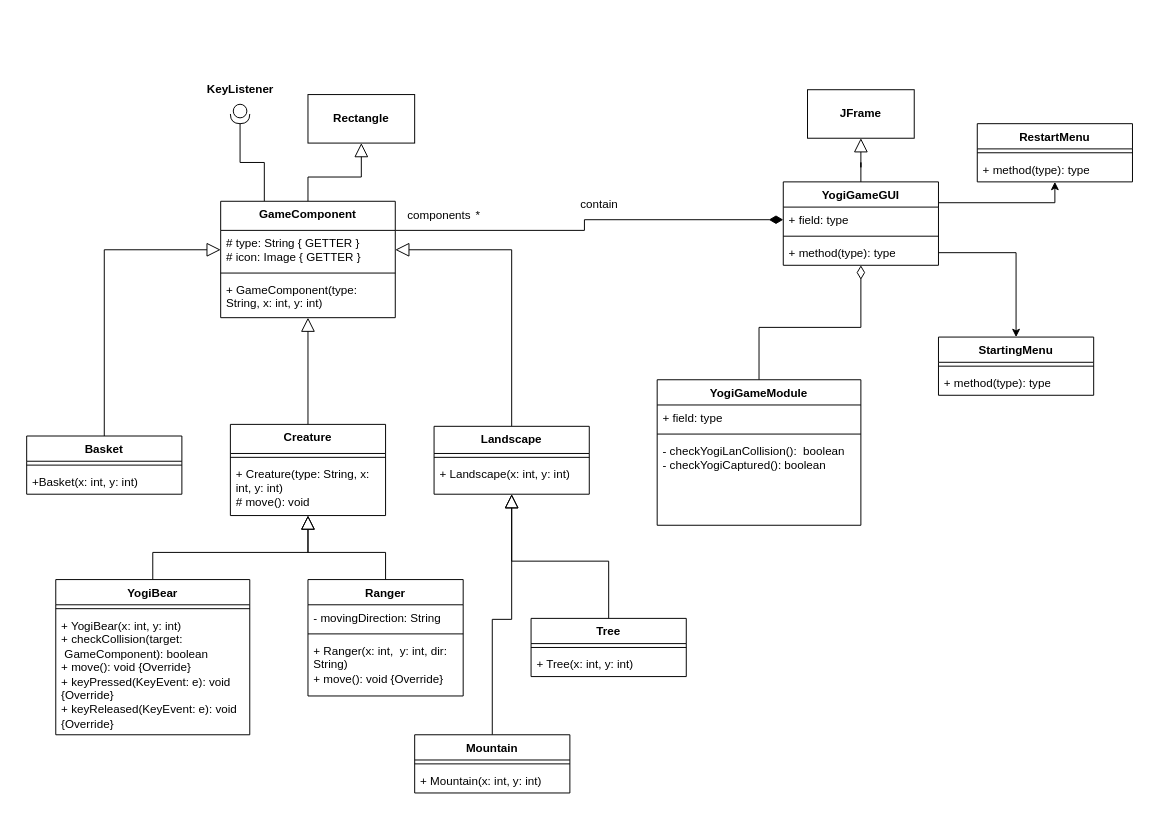
The draw.io diagram thirdAssignment.drawio in summertx/uml, before the edit. Source tidied: cells renumbered, new cells numbered last; positions are measured from the earlier drawing's top-left corner, leaving out a move shared by most shapes. Both pictures are drawn from the tidied source at 97%, with x=0, y=0 at pixel (26, 75).
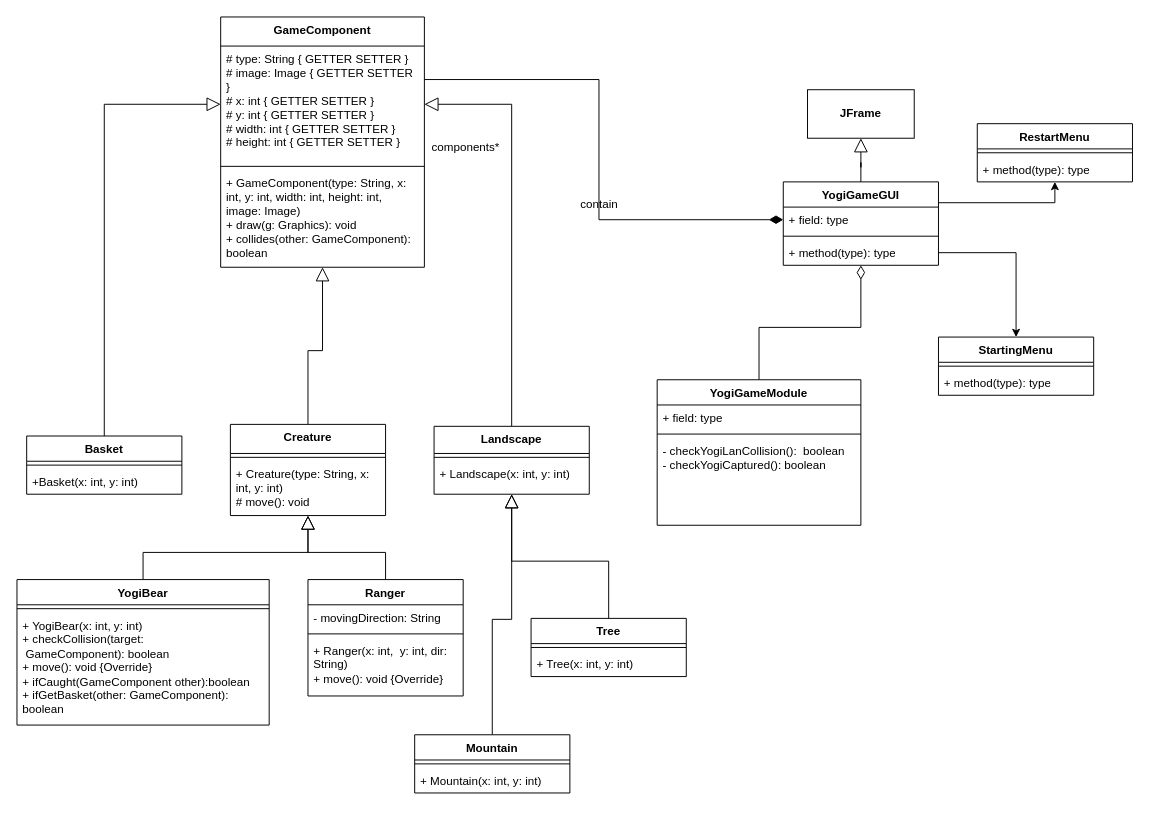
Above is the later version.

Diff of the diagram source:
```diff
@@
     <mxCell id="7" value="YogiBear" style="swimlane;fontStyle=1;align=center;verticalAlign=top;horizontal=1;startSize=26;whiteSpace=wrap;html=1;" parent="1" vertex="1">
-      <mxGeometry x="30" y="520" width="200" height="160" as="geometry" />
+      <mxGeometry x="-10" y="520" width="260" height="150" as="geometry" />
     </mxCell>
     <mxCell id="8" style="line;strokeWidth=1;fillColor=none;align=left;verticalAlign=middle;spacingTop=-1;spacingLeft=3;spacingRight=3;labelPosition=right;strokeColor=inherit;" parent="7" vertex="1">
-      <mxGeometry y="26" width="200" height="8" as="geometry" />
+      <mxGeometry y="26" width="260" height="8" as="geometry" />
     </mxCell>
-    <mxCell id="9" value="&lt;div&gt;+ YogiBear(x: int, y: int)&lt;/div&gt;+ checkCollision(target:&amp;nbsp; &amp;nbsp; &amp;nbsp; &amp;nbsp;GameComponent): boolean&lt;div&gt;+ move(): void {Override}&lt;/div&gt;&lt;div&gt;+ keyPressed(KeyEvent: e): void {Override}&lt;/div&gt;&lt;div&gt;+ keyReleased(KeyEvent: e): void {Override}&lt;/div&gt;" style="text;strokeColor=none;fillColor=none;align=left;verticalAlign=top;spacingLeft=4;spacingRight=4;overflow=hidden;whiteSpace=wrap;html=1;" parent="7" vertex="1">
-      <mxGeometry y="34" width="200" height="126" as="geometry" />
+    <mxCell id="9" value="&lt;div&gt;+ YogiBear(x: int, y: int)&lt;/div&gt;+ checkCollision(target:&amp;nbsp; &amp;nbsp; &amp;nbsp; &amp;nbsp;GameComponent): boolean&lt;div&gt;+ move(): void {Override}&lt;/div&gt;&lt;div&gt;+ ifCaught(GameComponent other):boolean&lt;/div&gt;&lt;div&gt;+ ifGetBasket(other: GameComponent): boolean&lt;/div&gt;&lt;div&gt;&lt;br&gt;&lt;/div&gt;" style="text;strokeColor=none;fillColor=none;align=left;verticalAlign=top;spacingLeft=4;spacingRight=4;overflow=hidden;whiteSpace=wrap;html=1;" parent="7" vertex="1">
+      <mxGeometry y="34" width="260" height="116" as="geometry" />
     </mxCell>
@@
-    <mxCell id="18" style="edgeStyle=orthogonalEdgeStyle;rounded=0;jettySize=auto;html=1;exitX=0.5;exitY=0;exitDx=0;exitDy=0;entryX=0.5;entryY=1;entryDx=0;entryDy=0;endArrow=block;endFill=0;endSize=12;" parent="1" edge="1" source="21" target="38">
-      <mxGeometry relative="1" as="geometry" />
-    </mxCell>
@@
-    <mxCell id="20" style="edgeStyle=orthogonalEdgeStyle;rounded=0;jettySize=auto;html=1;exitX=0.25;exitY=0;exitDx=0;exitDy=0;endArrow=none;endFill=0;" parent="1" edge="1" source="21" target="56">
-      <mxGeometry relative="1" as="geometry" />
-    </mxCell>
     <mxCell id="21" value="&lt;div&gt;&lt;span style=&quot;background-color: initial;&quot;&gt;GameComponent&lt;/span&gt;&lt;/div&gt;" style="swimlane;fontStyle=1;align=center;verticalAlign=top;horizontal=1;startSize=30;whiteSpace=wrap;html=1;" parent="1" vertex="1">
-      <mxGeometry x="200" y="130" width="180" height="120" as="geometry" />
+      <mxGeometry x="200" y="-60" width="210" height="258" as="geometry" />
     </mxCell>
-    <mxCell id="22" value="&lt;div&gt;# type: String { GETTER }&lt;/div&gt;&lt;div&gt;# icon: Image { GETTER }&amp;nbsp;&lt;/div&gt;" style="text;strokeColor=none;fillColor=none;align=left;verticalAlign=top;spacingLeft=4;spacingRight=4;overflow=hidden;points=[[0,0.5],[1,0.5]];portConstraint=eastwest;whiteSpace=wrap;html=1;" parent="21" vertex="1">
-      <mxGeometry y="30" width="180" height="40" as="geometry" />
+    <mxCell id="22" value="&lt;div&gt;&lt;span style=&quot;background-color: initial;&quot;&gt;# type: String { GETTER SETTER }&lt;/span&gt;&lt;/div&gt;&lt;div&gt;# image: Image { GETTER SETTER }&lt;/div&gt;&lt;div&gt;# x: int&amp;nbsp;&lt;span style=&quot;background-color: initial;&quot;&gt;{ GETTER SETTER }&lt;/span&gt;&lt;/div&gt;&lt;div&gt;# y: int&amp;nbsp;&lt;span style=&quot;background-color: initial;&quot;&gt;{ GETTER SETTER }&lt;/span&gt;&lt;/div&gt;&lt;div&gt;# width: int&amp;nbsp;&lt;span style=&quot;background-color: initial;&quot;&gt;{ GETTER SETTER }&lt;/span&gt;&lt;/div&gt;&lt;div&gt;# height: int&amp;nbsp;&lt;span style=&quot;background-color: initial;&quot;&gt;{ GETTER SETTER }&lt;/span&gt;&lt;/div&gt;" style="text;strokeColor=none;fillColor=none;align=left;verticalAlign=top;spacingLeft=4;spacingRight=4;overflow=hidden;points=[[0,0.5],[1,0.5]];portConstraint=eastwest;whiteSpace=wrap;html=1;" parent="21" vertex="1">
+      <mxGeometry y="30" width="210" height="120" as="geometry" />
     </mxCell>
     <mxCell id="23" style="line;strokeWidth=1;fillColor=none;align=left;verticalAlign=middle;spacingTop=-1;spacingLeft=3;spacingRight=3;labelPosition=right;strokeColor=inherit;" parent="21" vertex="1">
-      <mxGeometry y="70" width="180" height="8" as="geometry" />
+      <mxGeometry y="150" width="210" height="8" as="geometry" />
     </mxCell>
-    <mxCell id="24" value="&lt;div&gt;+ GameComponent(type: String, x: int, y: int)&lt;/div&gt;" style="text;strokeColor=none;fillColor=none;align=left;verticalAlign=top;spacingLeft=4;spacingRight=4;overflow=hidden;whiteSpace=wrap;html=1;" parent="21" vertex="1">
-      <mxGeometry y="78" width="180" height="42" as="geometry" />
+    <mxCell id="24" value="&lt;div&gt;+ GameComponent(type: String, x: int, y: int, width: int, height: int, image: Image)&lt;/div&gt;&lt;div&gt;+ draw(g: Graphics): void&amp;nbsp;&lt;/div&gt;&lt;div&gt;+ collides(other: GameComponent): boolean&lt;/div&gt;" style="text;strokeColor=none;fillColor=none;align=left;verticalAlign=top;spacingLeft=4;spacingRight=4;overflow=hidden;whiteSpace=wrap;html=1;" parent="21" vertex="1">
+      <mxGeometry y="158" width="210" height="100" as="geometry" />
     </mxCell>
@@
-    <mxCell id="38" value="&lt;b&gt;Rectangle&lt;/b&gt;" style="html=1;whiteSpace=wrap;" parent="1" vertex="1">
-      <mxGeometry x="290" y="20" width="110" height="50" as="geometry" />
-    </mxCell>
@@
-    <mxCell id="56" style="shape=providedRequiredInterface;html=1;verticalLabelPosition=bottom;sketch=0;direction=south;" parent="1" vertex="1">
-      <mxGeometry x="210" y="30" width="20" height="20" as="geometry" />
-    </mxCell>
-    <mxCell id="57" value="&lt;b&gt;KeyListener&lt;/b&gt;" style="text;html=1;align=center;verticalAlign=middle;strokeColor=none;fillColor=none;" parent="1" vertex="1">
-      <mxGeometry x="175" width="90" height="30" as="geometry" />
-    </mxCell>
@@
     <mxCell id="60" value="components" style="text;html=1;align=center;verticalAlign=middle;strokeColor=none;fillColor=none;" parent="1" vertex="1">
-      <mxGeometry x="380" y="130" width="90" height="30" as="geometry" />
+      <mxGeometry x="405" y="60" width="90" height="30" as="geometry" />
     </mxCell>
     <mxCell id="61" value="*" style="text;html=1;align=center;verticalAlign=middle;strokeColor=none;fillColor=none;" parent="1" vertex="1">
-      <mxGeometry x="450" y="130" width="30" height="30" as="geometry" />
+      <mxGeometry x="470" y="60" width="30" height="30" as="geometry" />
     </mxCell>
```
